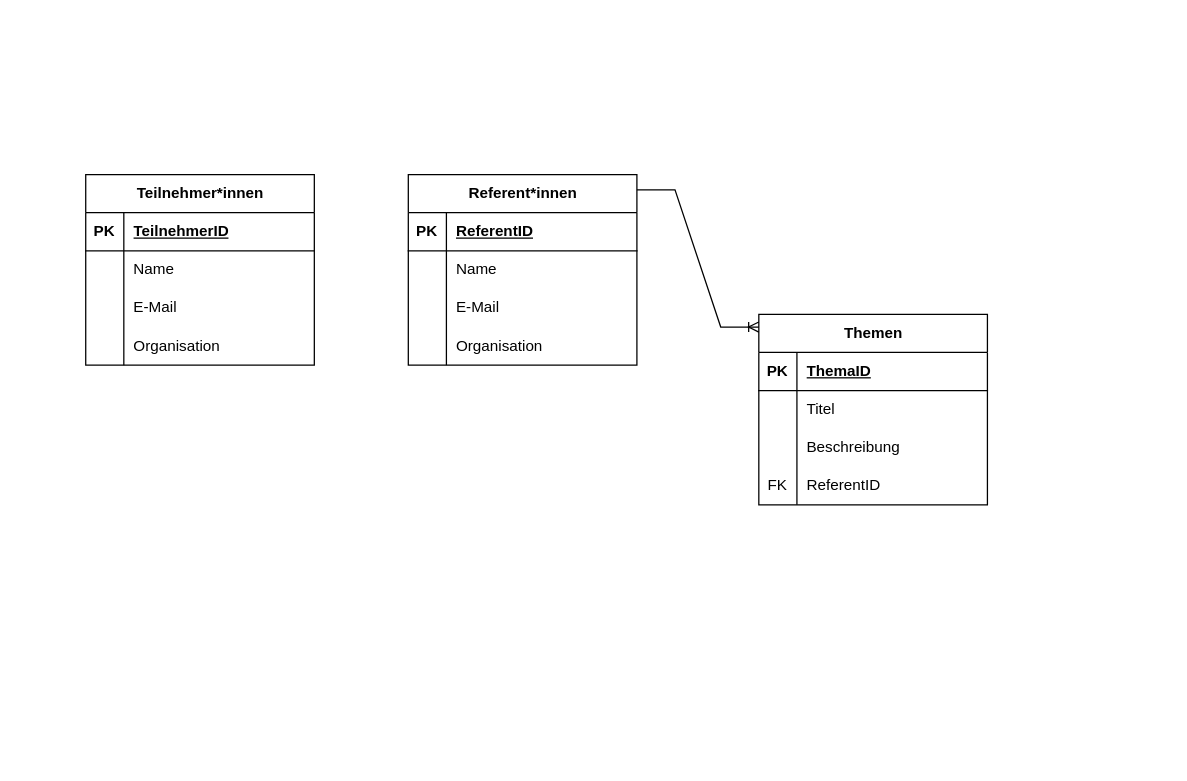
MelanieZiegerEckhard/datenbank keeps this draw.io diagram as LE_01_02.drawio. Above is the earlier version. Source tidied: cells renumbered, new cells numbered last; positions are measured from the earlier drawing's top-left corner, leaving out a move shared by most shapes. Both pictures are drawn from the tidied source at 127%, with x=0, y=0 at pixel (85, 174).
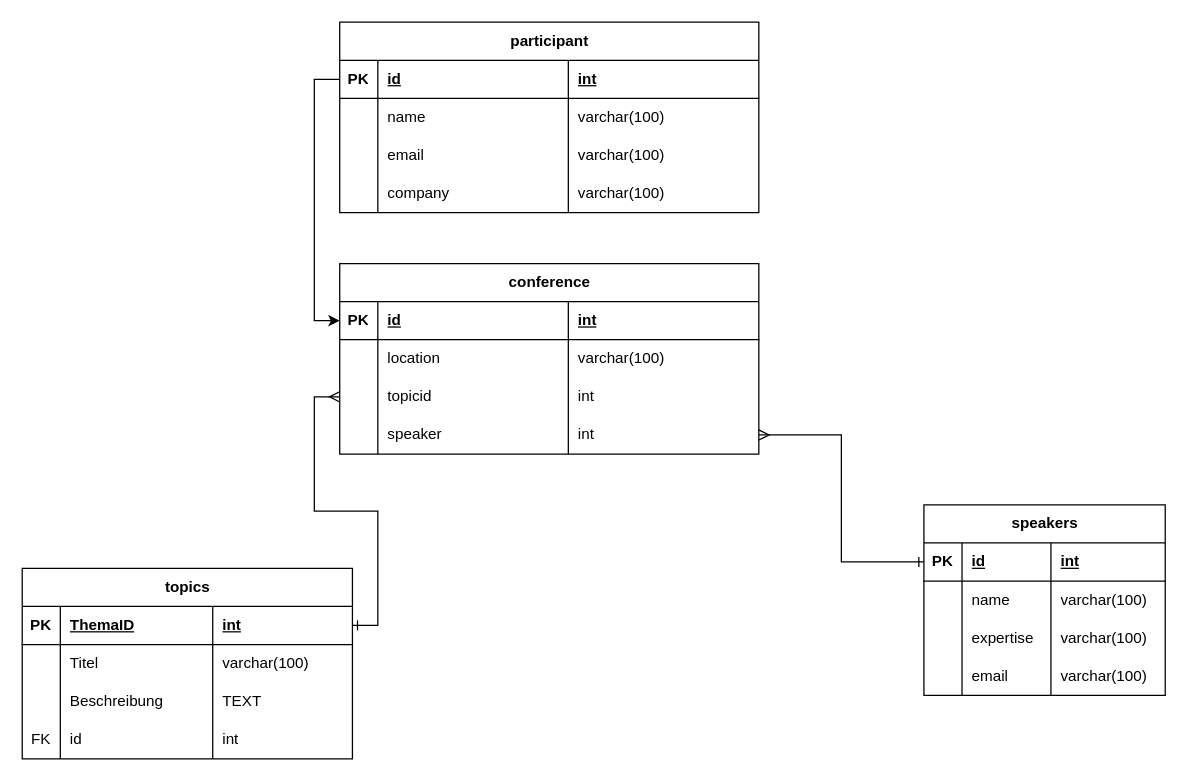
The same diagram, later.

Change to the diagram source:
```diff
@@
-    <mxCell id="2" value="Referent*innen" style="shape=table;startSize=30;childLayout=tableLayout;rowLines=0;fontStyle=1;align=center;html=1;" parent="1" vertex="1">
-      <mxGeometry x="254" width="180" height="150" as="geometry" />
+    <mxCell id="2" value="speakers" style="shape=table;startSize=30;childLayout=tableLayout;rowLines=0;fontStyle=1;align=center;html=1;" parent="1" vertex="1">
+      <mxGeometry x="660" y="260" width="190" height="150" as="geometry" />
     </mxCell>
     <mxCell id="3" style="shape=tableRow;horizontal=0;startSize=0;swimlaneHead=0;swimlaneBody=0;fillColor=none;points=[[0,0.5],[1,0.5]];portConstraint=eastwest;top=0;left=0;right=0;bottom=1;" parent="2" vertex="1">
-      <mxGeometry y="30" width="180" height="30" as="geometry" />
+      <mxGeometry y="30" width="190" height="30" as="geometry" />
     </mxCell>
@@
-    <mxCell id="5" value="ReferentID" style="shape=partialRectangle;fillColor=none;top=0;left=0;bottom=0;right=0;align=left;spacingLeft=6;fontStyle=5;overflow=hidden;whiteSpace=wrap;html=1;" parent="3" vertex="1">
-      <mxGeometry x="30" width="150" height="30" as="geometry" />
+    <mxCell id="5" value="id" style="shape=partialRectangle;fillColor=none;top=0;left=0;bottom=0;right=0;align=left;spacingLeft=6;fontStyle=5;overflow=hidden;whiteSpace=wrap;html=1;" parent="3" vertex="1">
+      <mxGeometry x="30" width="70" height="30" as="geometry" />
     </mxCell>
+    <mxCell id="42" value="int" style="shape=partialRectangle;fillColor=none;top=0;left=0;bottom=0;right=0;align=left;spacingLeft=6;fontStyle=5;overflow=hidden;whiteSpace=wrap;html=1;" parent="3" vertex="1">
+      <mxGeometry x="100" width="90" height="30" as="geometry" />
+    </mxCell>
     <mxCell id="6" style="shape=tableRow;horizontal=0;startSize=0;swimlaneHead=0;swimlaneBody=0;fillColor=none;top=0;left=0;right=0;bottom=0;" parent="2" vertex="1">
-      <mxGeometry y="60" width="180" height="30" as="geometry" />
+      <mxGeometry y="60" width="190" height="30" as="geometry" />
     </mxCell>
@@
-    <mxCell id="8" value="Name" style="shape=partialRectangle;fillColor=none;top=0;left=0;bottom=0;right=0;align=left;spacingLeft=6;overflow=hidden;whiteSpace=wrap;html=1;" parent="6" vertex="1">
-      <mxGeometry x="30" width="150" height="30" as="geometry" />
+    <mxCell id="8" value="name" style="shape=partialRectangle;fillColor=none;top=0;left=0;bottom=0;right=0;align=left;spacingLeft=6;overflow=hidden;whiteSpace=wrap;html=1;" parent="6" vertex="1">
+      <mxGeometry x="30" width="70" height="30" as="geometry" />
     </mxCell>
+    <mxCell id="43" value="varchar(100)" style="shape=partialRectangle;fillColor=none;top=0;left=0;bottom=0;right=0;align=left;spacingLeft=6;overflow=hidden;whiteSpace=wrap;html=1;" parent="6" vertex="1">
+      <mxGeometry x="100" width="90" height="30" as="geometry" />
+    </mxCell>
     <mxCell id="9" style="shape=tableRow;horizontal=0;startSize=0;swimlaneHead=0;swimlaneBody=0;fillColor=none;top=0;left=0;right=0;bottom=0;" parent="2" vertex="1">
-      <mxGeometry y="90" width="180" height="30" as="geometry" />
+      <mxGeometry y="90" width="190" height="30" as="geometry" />
     </mxCell>
@@
-    <mxCell id="11" value="E-Mail" style="shape=partialRectangle;fillColor=none;top=0;left=0;bottom=0;right=0;align=left;spacingLeft=6;overflow=hidden;whiteSpace=wrap;html=1;" parent="9" vertex="1">
-      <mxGeometry x="30" width="150" height="30" as="geometry" />
+    <mxCell id="11" value="expertise" style="shape=partialRectangle;fillColor=none;top=0;left=0;bottom=0;right=0;align=left;spacingLeft=6;overflow=hidden;whiteSpace=wrap;html=1;" parent="9" vertex="1">
+      <mxGeometry x="30" width="70" height="30" as="geometry" />
     </mxCell>
+    <mxCell id="44" value="varchar(100)" style="shape=partialRectangle;fillColor=none;top=0;left=0;bottom=0;right=0;align=left;spacingLeft=6;overflow=hidden;whiteSpace=wrap;html=1;" parent="9" vertex="1">
+      <mxGeometry x="100" width="90" height="30" as="geometry" />
+    </mxCell>
     <mxCell id="12" style="shape=tableRow;horizontal=0;startSize=0;swimlaneHead=0;swimlaneBody=0;fillColor=none;top=0;left=0;right=0;bottom=0;" parent="2" vertex="1">
-      <mxGeometry y="120" width="180" height="30" as="geometry" />
+      <mxGeometry y="120" width="190" height="30" as="geometry" />
     </mxCell>
@@
-    <mxCell id="14" value="Organisation" style="shape=partialRectangle;fillColor=none;top=0;left=0;bottom=0;right=0;align=left;spacingLeft=6;overflow=hidden;whiteSpace=wrap;html=1;" parent="12" vertex="1">
-      <mxGeometry x="30" width="150" height="30" as="geometry" />
+    <mxCell id="14" value="email" style="shape=partialRectangle;fillColor=none;top=0;left=0;bottom=0;right=0;align=left;spacingLeft=6;overflow=hidden;whiteSpace=wrap;html=1;" parent="12" vertex="1">
+      <mxGeometry x="30" width="70" height="30" as="geometry" />
     </mxCell>
+    <mxCell id="45" value="varchar(100)" style="shape=partialRectangle;fillColor=none;top=0;left=0;bottom=0;right=0;align=left;spacingLeft=6;overflow=hidden;whiteSpace=wrap;html=1;" parent="12" vertex="1">
+      <mxGeometry x="100" width="90" height="30" as="geometry" />
+    </mxCell>
-    <mxCell id="15" value="Teilnehmer*innen" style="shape=table;startSize=30;childLayout=tableLayout;rowLines=0;fontStyle=1;align=center;html=1;" parent="1" vertex="1">
-      <mxGeometry width="180" height="150" as="geometry" />
+    <mxCell id="15" value="participant" style="shape=table;startSize=30;childLayout=tableLayout;rowLines=0;fontStyle=1;align=center;html=1;" parent="1" vertex="1">
+      <mxGeometry x="200" y="-120" width="330" height="150" as="geometry" />
     </mxCell>
     <mxCell id="16" style="shape=tableRow;horizontal=0;startSize=0;swimlaneHead=0;swimlaneBody=0;fillColor=none;points=[[0,0.5],[1,0.5]];portConstraint=eastwest;top=0;left=0;right=0;bottom=1;" parent="15" vertex="1">
-      <mxGeometry y="30" width="180" height="30" as="geometry" />
+      <mxGeometry y="30" width="330" height="30" as="geometry" />
     </mxCell>
@@
-    <mxCell id="18" value="TeilnehmerID" style="shape=partialRectangle;fillColor=none;top=0;left=0;bottom=0;right=0;align=left;spacingLeft=6;fontStyle=5;overflow=hidden;whiteSpace=wrap;html=1;" parent="16" vertex="1">
+    <mxCell id="18" value="id" style="shape=partialRectangle;fillColor=none;top=0;left=0;bottom=0;right=0;align=left;spacingLeft=6;fontStyle=5;overflow=hidden;whiteSpace=wrap;html=1;" parent="16" vertex="1">
       <mxGeometry x="30" width="150" height="30" as="geometry" />
     </mxCell>
+    <mxCell id="46" value="int" style="shape=partialRectangle;fillColor=none;top=0;left=0;bottom=0;right=0;align=left;spacingLeft=6;fontStyle=5;overflow=hidden;whiteSpace=wrap;html=1;" parent="16" vertex="1">
+      <mxGeometry x="180" width="150" height="30" as="geometry" />
+    </mxCell>
     <mxCell id="19" style="shape=tableRow;horizontal=0;startSize=0;swimlaneHead=0;swimlaneBody=0;fillColor=none;top=0;left=0;right=0;bottom=0;" parent="15" vertex="1">
-      <mxGeometry y="60" width="180" height="30" as="geometry" />
+      <mxGeometry y="60" width="330" height="30" as="geometry" />
     </mxCell>
@@
-    <mxCell id="21" value="Name" style="shape=partialRectangle;fillColor=none;top=0;left=0;bottom=0;right=0;align=left;spacingLeft=6;overflow=hidden;whiteSpace=wrap;html=1;" parent="19" vertex="1">
+    <mxCell id="21" value="name" style="shape=partialRectangle;fillColor=none;top=0;left=0;bottom=0;right=0;align=left;spacingLeft=6;overflow=hidden;whiteSpace=wrap;html=1;" parent="19" vertex="1">
       <mxGeometry x="30" width="150" height="30" as="geometry" />
     </mxCell>
+    <mxCell id="47" value="varchar(100)" style="shape=partialRectangle;fillColor=none;top=0;left=0;bottom=0;right=0;align=left;spacingLeft=6;overflow=hidden;whiteSpace=wrap;html=1;" parent="19" vertex="1">
+      <mxGeometry x="180" width="150" height="30" as="geometry" />
+    </mxCell>
     <mxCell id="22" style="shape=tableRow;horizontal=0;startSize=0;swimlaneHead=0;swimlaneBody=0;fillColor=none;top=0;left=0;right=0;bottom=0;" parent="15" vertex="1">
-      <mxGeometry y="90" width="180" height="30" as="geometry" />
+      <mxGeometry y="90" width="330" height="30" as="geometry" />
     </mxCell>
@@
-    <mxCell id="24" value="E-Mail" style="shape=partialRectangle;fillColor=none;top=0;left=0;bottom=0;right=0;align=left;spacingLeft=6;overflow=hidden;whiteSpace=wrap;html=1;" parent="22" vertex="1">
+    <mxCell id="24" value="email" style="shape=partialRectangle;fillColor=none;top=0;left=0;bottom=0;right=0;align=left;spacingLeft=6;overflow=hidden;whiteSpace=wrap;html=1;" parent="22" vertex="1">
       <mxGeometry x="30" width="150" height="30" as="geometry" />
     </mxCell>
+    <mxCell id="48" value="varchar(100)" style="shape=partialRectangle;fillColor=none;top=0;left=0;bottom=0;right=0;align=left;spacingLeft=6;overflow=hidden;whiteSpace=wrap;html=1;" parent="22" vertex="1">
+      <mxGeometry x="180" width="150" height="30" as="geometry" />
+    </mxCell>
     <mxCell id="25" style="shape=tableRow;horizontal=0;startSize=0;swimlaneHead=0;swimlaneBody=0;fillColor=none;top=0;left=0;right=0;bottom=0;" parent="15" vertex="1">
-      <mxGeometry y="120" width="180" height="30" as="geometry" />
+      <mxGeometry y="120" width="330" height="30" as="geometry" />
     </mxCell>
@@
-    <mxCell id="27" value="Organisation" style="shape=partialRectangle;fillColor=none;top=0;left=0;bottom=0;right=0;align=left;spacingLeft=6;overflow=hidden;whiteSpace=wrap;html=1;" parent="25" vertex="1">
+    <mxCell id="27" value="company" style="shape=partialRectangle;fillColor=none;top=0;left=0;bottom=0;right=0;align=left;spacingLeft=6;overflow=hidden;whiteSpace=wrap;html=1;" parent="25" vertex="1">
       <mxGeometry x="30" width="150" height="30" as="geometry" />
     </mxCell>
+    <mxCell id="49" value="varchar(100)" style="shape=partialRectangle;fillColor=none;top=0;left=0;bottom=0;right=0;align=left;spacingLeft=6;overflow=hidden;whiteSpace=wrap;html=1;" parent="25" vertex="1">
+      <mxGeometry x="180" width="150" height="30" as="geometry" />
+    </mxCell>
-    <mxCell id="28" value="Themen" style="shape=table;startSize=30;childLayout=tableLayout;rowLines=0;fontStyle=1;align=center;html=1;" parent="1" vertex="1">
-      <mxGeometry x="530" y="110" width="180" height="150" as="geometry" />
+    <mxCell id="28" value="topics" style="shape=table;startSize=30;childLayout=tableLayout;rowLines=0;fontStyle=1;align=center;html=1;" parent="1" vertex="1">
+      <mxGeometry x="-50" y="310" width="260" height="150" as="geometry" />
     </mxCell>
     <mxCell id="29" style="shape=tableRow;horizontal=0;startSize=0;swimlaneHead=0;swimlaneBody=0;fillColor=none;points=[[0,0.5],[1,0.5]];portConstraint=eastwest;top=0;left=0;right=0;bottom=1;" parent="28" vertex="1">
-      <mxGeometry y="30" width="180" height="30" as="geometry" />
+      <mxGeometry y="30" width="260" height="30" as="geometry" />
     </mxCell>
@@
     <mxCell id="31" value="ThemaID" style="shape=partialRectangle;fillColor=none;top=0;left=0;bottom=0;right=0;align=left;spacingLeft=6;fontStyle=5;overflow=hidden;whiteSpace=wrap;html=1;" parent="29" vertex="1">
-      <mxGeometry x="30" width="150" height="30" as="geometry" />
+      <mxGeometry x="30" width="120" height="30" as="geometry" />
     </mxCell>
+    <mxCell id="50" value="int" style="shape=partialRectangle;fillColor=none;top=0;left=0;bottom=0;right=0;align=left;spacingLeft=6;fontStyle=5;overflow=hidden;whiteSpace=wrap;html=1;" parent="29" vertex="1">
+      <mxGeometry x="150" width="110" height="30" as="geometry" />
+    </mxCell>
     <mxCell id="32" style="shape=tableRow;horizontal=0;startSize=0;swimlaneHead=0;swimlaneBody=0;fillColor=none;top=0;left=0;right=0;bottom=0;" parent="28" vertex="1">
-      <mxGeometry y="60" width="180" height="30" as="geometry" />
+      <mxGeometry y="60" width="260" height="30" as="geometry" />
     </mxCell>
@@
     <mxCell id="34" value="Titel" style="shape=partialRectangle;fillColor=none;top=0;left=0;bottom=0;right=0;align=left;spacingLeft=6;overflow=hidden;whiteSpace=wrap;html=1;" parent="32" vertex="1">
-      <mxGeometry x="30" width="150" height="30" as="geometry" />
+      <mxGeometry x="30" width="120" height="30" as="geometry" />
     </mxCell>
+    <mxCell id="51" value="varchar(100)" style="shape=partialRectangle;fillColor=none;top=0;left=0;bottom=0;right=0;align=left;spacingLeft=6;overflow=hidden;whiteSpace=wrap;html=1;" parent="32" vertex="1">
+      <mxGeometry x="150" width="110" height="30" as="geometry" />
+    </mxCell>
     <mxCell id="35" style="shape=tableRow;horizontal=0;startSize=0;swimlaneHead=0;swimlaneBody=0;fillColor=none;top=0;left=0;right=0;bottom=0;" parent="28" vertex="1">
-      <mxGeometry y="90" width="180" height="30" as="geometry" />
+      <mxGeometry y="90" width="260" height="30" as="geometry" />
     </mxCell>
@@
     <mxCell id="37" value="Beschreibung" style="shape=partialRectangle;fillColor=none;top=0;left=0;bottom=0;right=0;align=left;spacingLeft=6;overflow=hidden;whiteSpace=wrap;html=1;" parent="35" vertex="1">
-      <mxGeometry x="30" width="150" height="30" as="geometry" />
+      <mxGeometry x="30" width="120" height="30" as="geometry" />
     </mxCell>
+    <mxCell id="52" value="TEXT" style="shape=partialRectangle;fillColor=none;top=0;left=0;bottom=0;right=0;align=left;spacingLeft=6;overflow=hidden;whiteSpace=wrap;html=1;" parent="35" vertex="1">
+      <mxGeometry x="150" width="110" height="30" as="geometry" />
+    </mxCell>
     <mxCell id="38" style="shape=tableRow;horizontal=0;startSize=0;swimlaneHead=0;swimlaneBody=0;fillColor=none;top=0;left=0;right=0;bottom=0;" parent="28" vertex="1">
-      <mxGeometry y="120" width="180" height="30" as="geometry" />
+      <mxGeometry y="120" width="260" height="30" as="geometry" />
     </mxCell>
@@
-    <mxCell id="40" value="ReferentID" style="shape=partialRectangle;fillColor=none;top=0;left=0;bottom=0;right=0;align=left;spacingLeft=6;overflow=hidden;whiteSpace=wrap;html=1;" parent="38" vertex="1">
-      <mxGeometry x="30" width="150" height="30" as="geometry" />
+    <mxCell id="40" value="id" style="shape=partialRectangle;fillColor=none;top=0;left=0;bottom=0;right=0;align=left;spacingLeft=6;overflow=hidden;whiteSpace=wrap;html=1;" parent="38" vertex="1">
+      <mxGeometry x="30" width="120" height="30" as="geometry" />
     </mxCell>
-    <mxCell id="41" style="edgeStyle=entityRelationEdgeStyle;fontSize=12;html=1;endArrow=ERoneToMany;rounded=0;exitX=1;exitY=0.08;exitDx=0;exitDy=0;exitPerimeter=0;" parent="1" edge="1" source="2">
-      <mxGeometry relative="1" as="geometry">
-        <mxPoint x="530" y="120" as="targetPoint" />
-      </mxGeometry>
-    </mxCell>
+    <mxCell id="53" value="int" style="shape=partialRectangle;fillColor=none;top=0;left=0;bottom=0;right=0;align=left;spacingLeft=6;overflow=hidden;whiteSpace=wrap;html=1;" parent="38" vertex="1">
+      <mxGeometry x="150" width="110" height="30" as="geometry" />
+    </mxCell>
+    <mxCell id="54" value="conference" style="shape=table;startSize=30;childLayout=tableLayout;rowLines=0;fontStyle=1;align=center;html=1;" parent="1" vertex="1">
+      <mxGeometry x="200" y="70" width="330" height="150" as="geometry" />
+    </mxCell>
+    <mxCell id="55" style="shape=tableRow;horizontal=0;startSize=0;swimlaneHead=0;swimlaneBody=0;fillColor=none;points=[[0,0.5],[1,0.5]];portConstraint=eastwest;top=0;left=0;right=0;bottom=1;" parent="54" vertex="1">
+      <mxGeometry y="30" width="330" height="30" as="geometry" />
+    </mxCell>
+    <mxCell id="56" value="PK" style="shape=partialRectangle;fillColor=none;top=0;left=0;bottom=0;right=0;fontStyle=1;overflow=hidden;whiteSpace=wrap;html=1;" parent="55" vertex="1">
+      <mxGeometry width="30" height="30" as="geometry" />
+    </mxCell>
+    <mxCell id="57" value="id" style="shape=partialRectangle;fillColor=none;top=0;left=0;bottom=0;right=0;align=left;spacingLeft=6;fontStyle=5;overflow=hidden;whiteSpace=wrap;html=1;" parent="55" vertex="1">
+      <mxGeometry x="30" width="150" height="30" as="geometry" />
+    </mxCell>
+    <mxCell id="58" value="int" style="shape=partialRectangle;fillColor=none;top=0;left=0;bottom=0;right=0;align=left;spacingLeft=6;fontStyle=5;overflow=hidden;whiteSpace=wrap;html=1;" parent="55" vertex="1">
+      <mxGeometry x="180" width="150" height="30" as="geometry" />
+    </mxCell>
+    <mxCell id="59" style="shape=tableRow;horizontal=0;startSize=0;swimlaneHead=0;swimlaneBody=0;fillColor=none;top=0;left=0;right=0;bottom=0;" parent="54" vertex="1">
+      <mxGeometry y="60" width="330" height="30" as="geometry" />
+    </mxCell>
+    <mxCell id="60" style="shape=partialRectangle;fillColor=none;top=0;left=0;bottom=0;right=0;overflow=hidden;whiteSpace=wrap;html=1;" parent="59" vertex="1">
+      <mxGeometry width="30" height="30" as="geometry" />
+    </mxCell>
+    <mxCell id="61" value="location" style="shape=partialRectangle;fillColor=none;top=0;left=0;bottom=0;right=0;align=left;spacingLeft=6;overflow=hidden;whiteSpace=wrap;html=1;" parent="59" vertex="1">
+      <mxGeometry x="30" width="150" height="30" as="geometry" />
+    </mxCell>
+    <mxCell id="62" value="varchar(100)" style="shape=partialRectangle;fillColor=none;top=0;left=0;bottom=0;right=0;align=left;spacingLeft=6;overflow=hidden;whiteSpace=wrap;html=1;" parent="59" vertex="1">
+      <mxGeometry x="180" width="150" height="30" as="geometry" />
+    </mxCell>
+    <mxCell id="63" style="shape=tableRow;horizontal=0;startSize=0;swimlaneHead=0;swimlaneBody=0;fillColor=none;points=[[0,0.5],[1,0.5]];portConstraint=eastwest;top=0;left=0;right=0;bottom=0;" parent="54" vertex="1">
+      <mxGeometry y="90" width="330" height="30" as="geometry" />
+    </mxCell>
+    <mxCell id="64" style="shape=partialRectangle;fillColor=none;top=0;left=0;bottom=0;right=0;overflow=hidden;whiteSpace=wrap;html=1;" parent="63" vertex="1">
+      <mxGeometry width="30" height="30" as="geometry" />
+    </mxCell>
+    <mxCell id="65" value="topicid" style="shape=partialRectangle;fillColor=none;top=0;left=0;bottom=0;right=0;align=left;spacingLeft=6;overflow=hidden;whiteSpace=wrap;html=1;" parent="63" vertex="1">
+      <mxGeometry x="30" width="150" height="30" as="geometry" />
+    </mxCell>
+    <mxCell id="66" value="int" style="shape=partialRectangle;fillColor=none;top=0;left=0;bottom=0;right=0;align=left;spacingLeft=6;overflow=hidden;whiteSpace=wrap;html=1;" parent="63" vertex="1">
+      <mxGeometry x="180" width="150" height="30" as="geometry" />
+    </mxCell>
+    <mxCell id="67" style="shape=tableRow;horizontal=0;startSize=0;swimlaneHead=0;swimlaneBody=0;fillColor=none;points=[[0,0.5],[1,0.5]];portConstraint=eastwest;top=0;left=0;right=0;bottom=0;" parent="54" vertex="1">
+      <mxGeometry y="120" width="330" height="30" as="geometry" />
+    </mxCell>
+    <mxCell id="68" style="shape=partialRectangle;fillColor=none;top=0;left=0;bottom=0;right=0;overflow=hidden;whiteSpace=wrap;html=1;" parent="67" vertex="1">
+      <mxGeometry width="30" height="30" as="geometry" />
+    </mxCell>
+    <mxCell id="69" value="speaker" style="shape=partialRectangle;fillColor=none;top=0;left=0;bottom=0;right=0;align=left;spacingLeft=6;overflow=hidden;whiteSpace=wrap;html=1;" parent="67" vertex="1">
+      <mxGeometry x="30" width="150" height="30" as="geometry" />
+    </mxCell>
+    <mxCell id="70" value="int" style="shape=partialRectangle;fillColor=none;top=0;left=0;bottom=0;right=0;align=left;spacingLeft=6;overflow=hidden;whiteSpace=wrap;html=1;" parent="67" vertex="1">
+      <mxGeometry x="180" width="150" height="30" as="geometry" />
+    </mxCell>
+    <mxCell id="71" style="edgeStyle=orthogonalEdgeStyle;rounded=0;jettySize=auto;html=1;exitX=1;exitY=0.5;exitDx=0;exitDy=0;entryX=0;entryY=0.5;entryDx=0;entryDy=0;endArrow=ERone;endFill=0;startArrow=ERmany;startFill=0;" parent="1" edge="1" source="67" target="3">
+      <mxGeometry relative="1" as="geometry" />
+    </mxCell>
+    <mxCell id="72" style="edgeStyle=orthogonalEdgeStyle;rounded=0;jettySize=auto;html=1;exitX=0;exitY=0.5;exitDx=0;exitDy=0;entryX=0;entryY=0.5;entryDx=0;entryDy=0;" parent="1" edge="1" source="16" target="55">
+      <mxGeometry relative="1" as="geometry" />
+    </mxCell>
+    <mxCell id="73" style="edgeStyle=orthogonalEdgeStyle;rounded=0;jettySize=auto;html=1;exitX=0;exitY=0.5;exitDx=0;exitDy=0;entryX=1;entryY=0.5;entryDx=0;entryDy=0;startArrow=ERmany;startFill=0;endArrow=ERone;endFill=0;" parent="1" edge="1" source="63" target="29">
+      <mxGeometry relative="1" as="geometry" />
+    </mxCell>
```
